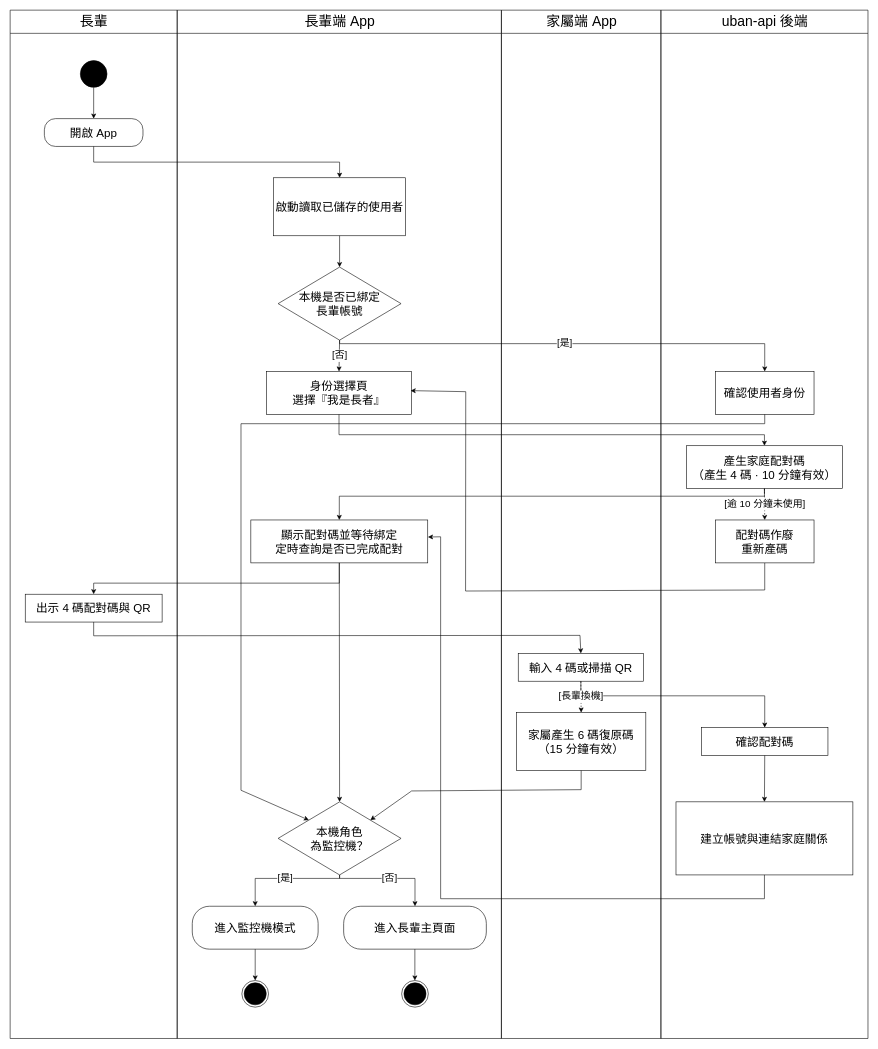
Above: Uban System Documents/手動調整好的圖/5-1長輩登入系統.drawio in HuangYu-Kai/Uban (draw.io), before the change. Source tidied: cells renumbered, new cells numbered last; positions are measured from the earlier drawing's top-left corner, leaving out a move shared by most shapes. Both pictures are drawn from the tidied source at 58%, with x=0, y=0 at pixel (10, 10).
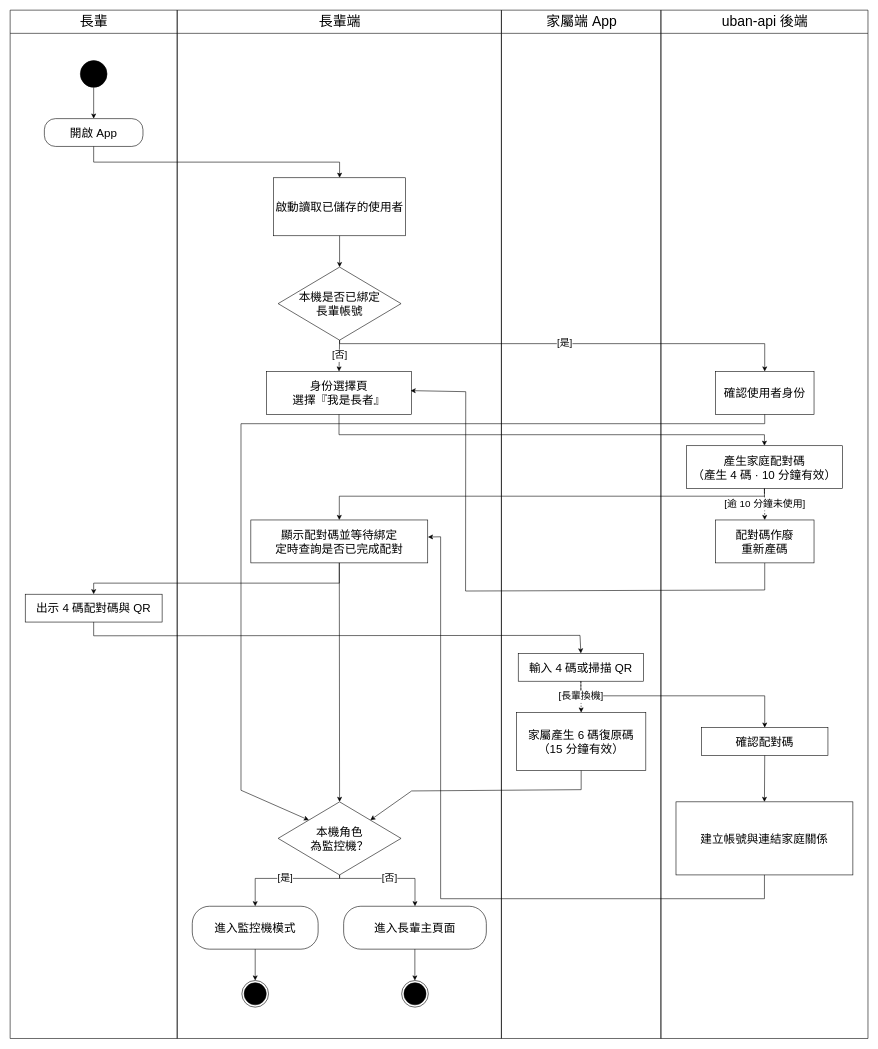
The same diagram, later.

Commit message (it also covers changes not shown here):
第3張圖完成

What changed in the source:
```diff
@@
-    <mxCell id="6" value="長輩端 App" style="swimlane;html=1;horizontal=1;startSize=40;fillColor=none;strokeColor=#000000;fontSize=24;fontColor=#000000;fontStyle=0;swimlaneFillColor=none;" parent="1" vertex="1">
+    <mxCell id="6" value="長輩端" style="swimlane;html=1;horizontal=1;startSize=40;fillColor=none;strokeColor=#000000;fontSize=24;fontColor=#000000;fontStyle=0;swimlaneFillColor=none;" parent="1" vertex="1">
       <mxGeometry x="288" width="559" height="1773" as="geometry" />
     </mxCell>
```
